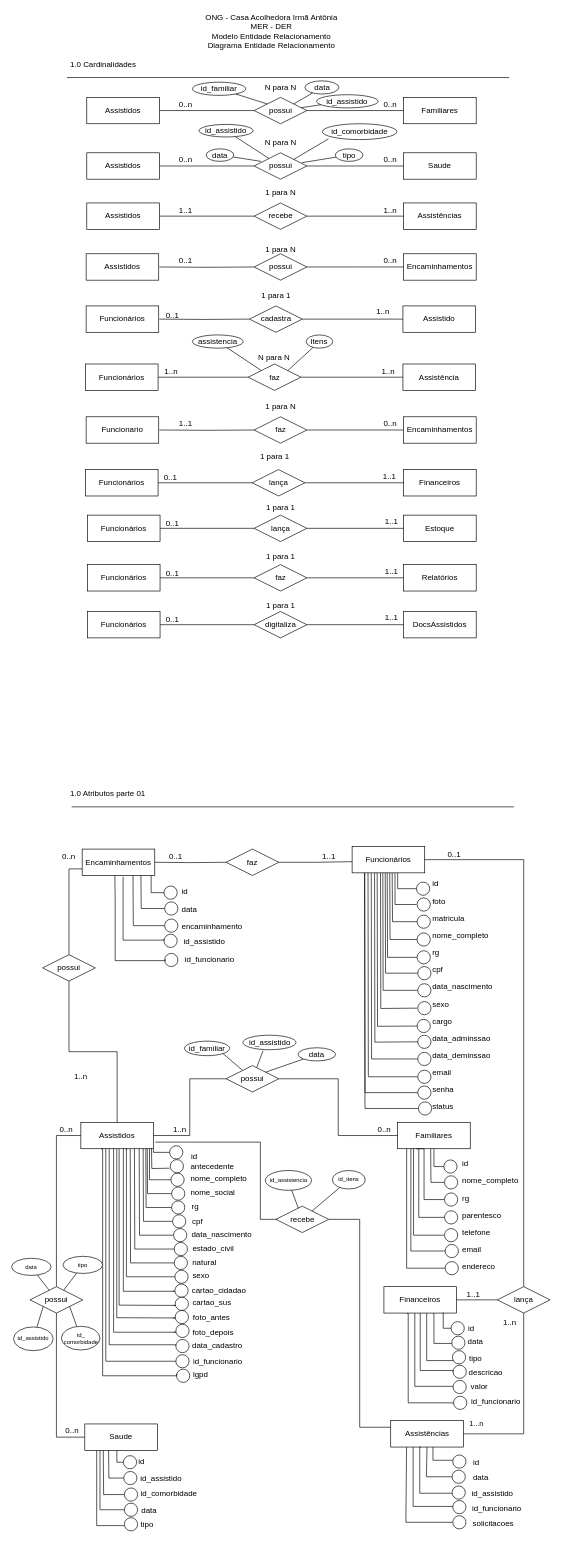
LeoImenes/Projeto-ONG keeps this draw.io diagram as DOCUMENTOS/EXECUCÃO/BANCO DE DADOS/MER e DER - CONCEITUAL.drawio. Above is the earlier version. Source tidied: cells renumbered, new cells numbered last; positions are measured from the earlier drawing's top-left corner, leaving out a move shared by most shapes. Both pictures are drawn from the tidied source at 66%, with x=0, y=0 at pixel (11, 11).
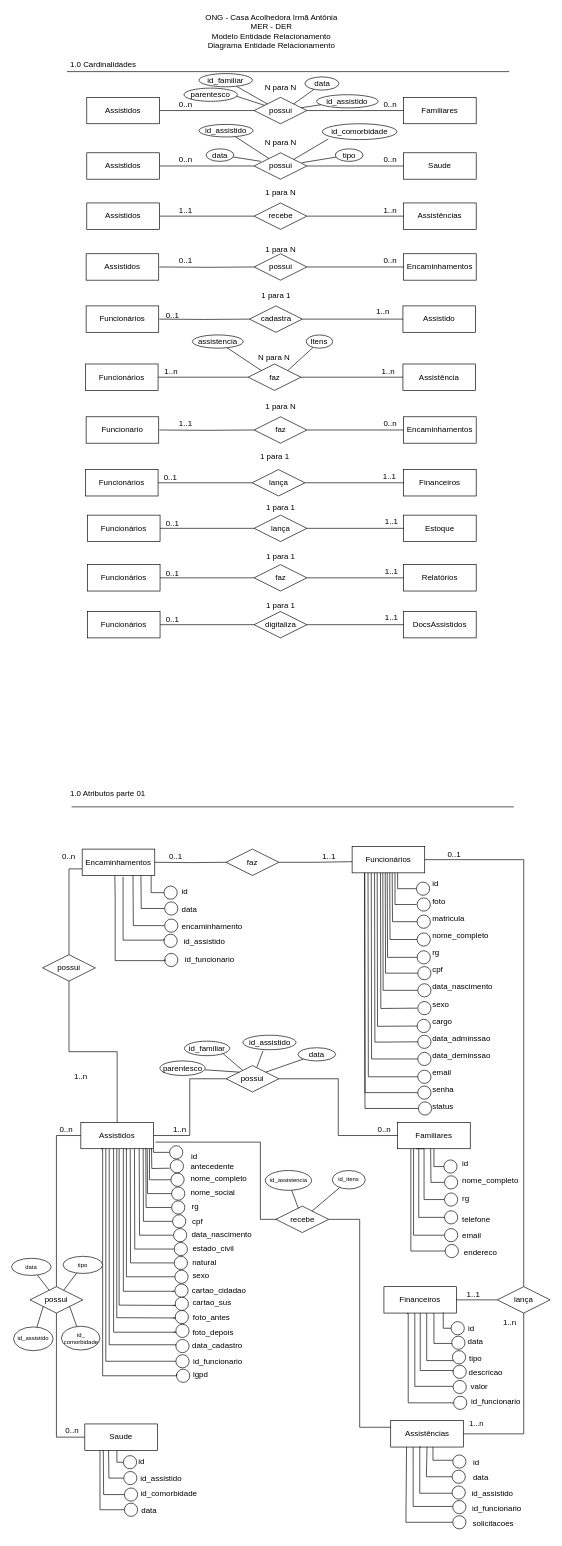
After the change.

Unchanged cells that the change refers to:
```xml
<mxCell id="14" value="possui" style="rhombus;whiteSpace=wrap;html=1;" parent="1" vertex="1">
  <mxGeometry x="367.5" y="130" width="80" height="40" as="geometry" />
</mxCell>
<mxCell id="63" value="Familiares" style="rounded=0;whiteSpace=wrap;html=1;" parent="1" vertex="1">
  <mxGeometry x="585" y="1683" width="110" height="40" as="geometry" />
</mxCell>
<mxCell id="69" value="possui" style="rhombus;whiteSpace=wrap;html=1;" parent="1" vertex="1">
  <mxGeometry x="325" y="1597" width="80" height="40" as="geometry" />
</mxCell>
<mxCell id="227" value="Saude" style="rounded=0;whiteSpace=wrap;html=1;" parent="1" vertex="1">
  <mxGeometry x="111" y="2140" width="110" height="40" as="geometry" />
</mxCell>
```

Change to the diagram source:
```diff
@@
     <mxCell id="11" style="endArrow=none;html=1;rounded=0;" parent="1" edge="1">
       <mxGeometry relative="1" as="geometry">
-        <mxPoint x="84" y="100" as="sourcePoint" />
-        <mxPoint x="754" y="100" as="targetPoint" />
+        <mxPoint x="84" y="91" as="sourcePoint" />
+        <mxPoint x="754" y="91" as="targetPoint" />
       </mxGeometry>
     </mxCell>
@@
-    <mxCell id="121" value="parentesco" style="text;strokeColor=none;fillColor=none;align=left;verticalAlign=top;spacingLeft=4;spacingRight=4;overflow=hidden;" parent="1" vertex="1">
-      <mxGeometry x="677" y="1810" width="108" height="26" as="geometry" />
-    </mxCell>
     <mxCell id="122" value="telefone" style="text;strokeColor=none;fillColor=none;align=left;verticalAlign=top;spacingLeft=4;spacingRight=4;overflow=hidden;" parent="1" vertex="1">
-      <mxGeometry x="677" y="1836" width="108" height="26" as="geometry" />
+      <mxGeometry x="677" y="1817" width="108" height="26" as="geometry" />
     </mxCell>
     <mxCell id="123" value="email" style="text;strokeColor=none;fillColor=none;align=left;verticalAlign=top;spacingLeft=4;spacingRight=4;overflow=hidden;" parent="1" vertex="1">
-      <mxGeometry x="677" y="1862" width="108" height="26" as="geometry" />
+      <mxGeometry x="677" y="1840" width="108" height="26" as="geometry" />
     </mxCell>
     <mxCell id="124" value="endereco" style="text;strokeColor=none;fillColor=none;align=left;verticalAlign=top;spacingLeft=4;spacingRight=4;overflow=hidden;" parent="1" vertex="1">
-      <mxGeometry x="677" y="1888" width="108" height="26" as="geometry" />
+      <mxGeometry x="679.8" y="1866" width="108" height="26" as="geometry" />
     </mxCell>
@@
-    <mxCell id="137" style="edgeStyle=orthogonalEdgeStyle;rounded=0;jettySize=auto;html=1;exitX=0;exitY=0.5;exitDx=0;exitDy=0;entryX=0.124;entryY=0.995;entryDx=0;entryDy=0;entryPerimeter=0;endArrow=none;endFill=0;" parent="1" edge="1" source="138" target="63">
-      <mxGeometry relative="1" as="geometry" />
-    </mxCell>
-    <mxCell id="138" style="ellipse;whiteSpace=wrap;html=1;" parent="1" vertex="1">
-      <mxGeometry x="657" y="1894" width="20" height="20" as="geometry" />
-    </mxCell>
@@
     <mxCell id="279" value="id_familiar" style="ellipse;whiteSpace=wrap;html=1;" parent="1" vertex="1">
-      <mxGeometry x="274" y="107" width="81" height="20" as="geometry" />
+      <mxGeometry x="284" y="94" width="81" height="20" as="geometry" />
     </mxCell>
@@
     <mxCell id="330" value="data" style="ellipse;whiteSpace=wrap;html=1;" parent="1" vertex="1">
-      <mxGeometry x="444.5" y="105" width="51.5" height="20" as="geometry" />
+      <mxGeometry x="444.5" y="99" width="51.5" height="20" as="geometry" />
     </mxCell>
@@
-    <mxCell id="339" style="ellipse;whiteSpace=wrap;html=1;" parent="1" vertex="1">
-      <mxGeometry x="171" y="2282" width="20" height="20" as="geometry" />
-    </mxCell>
-    <mxCell id="340" value="tipo" style="text;strokeColor=none;fillColor=none;align=left;verticalAlign=top;spacingLeft=4;spacingRight=4;overflow=hidden;" parent="1" vertex="1">
-      <mxGeometry x="190" y="2279" width="73" height="26" as="geometry" />
-    </mxCell>
-    <mxCell id="341" style="rounded=0;jettySize=auto;html=1;exitX=0;exitY=0.5;exitDx=0;exitDy=0;endArrow=none;endFill=0;edgeStyle=orthogonalEdgeStyle;entryX=0.164;entryY=1.017;entryDx=0;entryDy=0;entryPerimeter=0;" parent="1" edge="1" target="227">
-      <mxGeometry relative="1" as="geometry">
-        <mxPoint x="171" y="2294" as="sourcePoint" />
-        <Array as="points">
-          <mxPoint x="129" y="2294" />
-        </Array>
-      </mxGeometry>
-    </mxCell>
@@
+    <mxCell id="345" style="rounded=0;jettySize=auto;html=1;entryX=0;entryY=0;entryDx=0;entryDy=0;endArrow=none;endFill=0;" parent="1" edge="1" source="346" target="69">
+      <mxGeometry relative="1" as="geometry" />
+    </mxCell>
+    <mxCell id="346" value="parentesco" style="ellipse;whiteSpace=wrap;html=1;" parent="1" vertex="1">
+      <mxGeometry x="224.8" y="1590" width="68.5" height="22" as="geometry" />
+    </mxCell>
+    <mxCell id="347" style="edgeStyle=none;rounded=0;jettySize=auto;html=1;endArrow=none;endFill=0;" parent="1" edge="1" target="14">
+      <mxGeometry relative="1" as="geometry">
+        <mxPoint x="340" y="128" as="sourcePoint" />
+      </mxGeometry>
+    </mxCell>
+    <mxCell id="348" value="parentesco" style="ellipse;whiteSpace=wrap;html=1;" parent="1" vertex="1">
+      <mxGeometry x="261.2" y="116" width="81" height="20" as="geometry" />
+    </mxCell>
```
